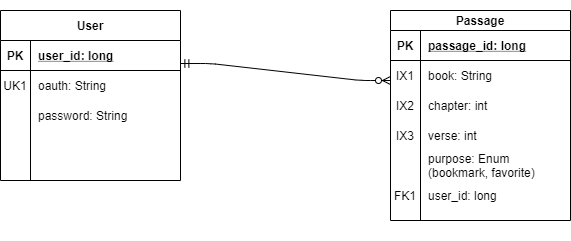
Jkelly97/what-would-jesus-do keeps this draw.io diagram as docs/img/WWJD-erd2.png. Above is the earlier version. Source tidied: cells renumbered, new cells last; positions are measured from the earlier drawing's top-left corner, leaving out a move shared by most shapes.
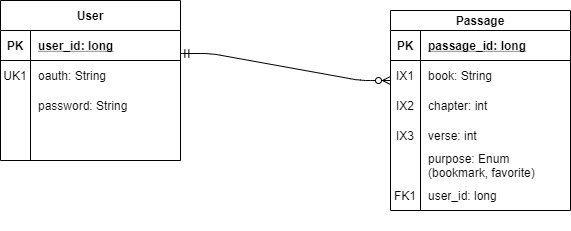
Above is the later version.

The edit, as a diff of the source:
```diff
@@ -3,14 +3,14 @@
     <mxCell id="0" />
     <mxCell id="1" parent="0" />
     <mxCell id="2" value="User" style="shape=table;startSize=30;rowLines=0;fontStyle=1;align=center;" parent="1" vertex="1">
-      <mxGeometry y="10" width="180" height="170" as="geometry" />
+      <mxGeometry y="10" width="180" height="160" as="geometry" />
     </mxCell>
     <mxCell id="3" style="shape=partialRectangle;fillColor=none;top=0;left=0;bottom=1;right=0;points=[[0,0.5],[1,0.5]];portConstraint=eastwest;" parent="2" vertex="1">
       <mxGeometry y="30" width="180" height="30" as="geometry" />
     </mxCell>
-    <mxCell id="4" value="PK" style="shape=partialRectangle;fillColor=none;top=0;left=0;bottom=0;right=0;fontStyle=1;overflow=hidden;" parent="3" vertex="1">
-      <mxGeometry width="30" height="30" as="geometry" />
-    </mxCell>
+    <mxCell id="36" value="PK" style="shape=partialRectangle;fillColor=none;top=0;left=0;bottom=0;right=0;fontStyle=1;overflow=hidden;" parent="3" vertex="1">
+      <mxGeometry width="30" height="30" as="geometry" />
+    </mxCell>
     <mxCell id="5" value="user_id: long" style="shape=partialRectangle;fillColor=none;top=0;left=0;bottom=0;right=0;align=left;spacingLeft=6;fontStyle=5;overflow=hidden;" parent="3" vertex="1">
       <mxGeometry x="30" width="150" height="30" as="geometry" />
     </mxCell>
@@ -26,36 +26,36 @@
     <mxCell id="9" style="shape=partialRectangle;fillColor=none;top=0;left=0;bottom=0;right=0;" parent="2" vertex="1">
       <mxGeometry y="90" width="180" height="30" as="geometry" />
     </mxCell>
-    <mxCell id="10" style="shape=partialRectangle;fillColor=none;top=0;left=0;bottom=0;right=0;overflow=hidden;" parent="9" vertex="1">
-      <mxGeometry width="30" height="30" as="geometry" />
-    </mxCell>
+    <mxCell id="37" style="shape=partialRectangle;fillColor=none;top=0;left=0;bottom=0;right=0;overflow=hidden;" parent="9" vertex="1">
+      <mxGeometry width="30" height="30" as="geometry" />
+    </mxCell>
     <mxCell id="11" value="password: String" style="shape=partialRectangle;fillColor=none;top=0;left=0;bottom=0;right=0;align=left;spacingLeft=6;overflow=hidden;" parent="9" vertex="1">
       <mxGeometry x="30" width="150" height="30" as="geometry" />
     </mxCell>
     <mxCell id="12" style="shape=partialRectangle;fillColor=none;top=0;left=0;bottom=0;right=0;" parent="2" vertex="1">
       <mxGeometry y="120" width="180" height="30" as="geometry" />
     </mxCell>
-    <mxCell id="13" style="shape=partialRectangle;fillColor=none;top=0;left=0;bottom=0;right=0;overflow=hidden;" parent="12" vertex="1">
-      <mxGeometry width="30" height="30" as="geometry" />
-    </mxCell>
+    <mxCell id="38" style="shape=partialRectangle;fillColor=none;top=0;left=0;bottom=0;right=0;overflow=hidden;" parent="12" vertex="1">
+      <mxGeometry width="30" height="30" as="geometry" />
+    </mxCell>
     <mxCell id="14" style="shape=partialRectangle;fillColor=none;top=0;left=0;bottom=0;right=0;align=left;spacingLeft=6;overflow=hidden;" parent="12" vertex="1">
       <mxGeometry x="30" width="150" height="30" as="geometry" />
     </mxCell>
     <mxCell id="15" style="edgeStyle=entityRelationEdgeStyle;fontSize=12;html=1;endArrow=ERzeroToMany;startArrow=ERmandOne;exitX=1.002;exitY=0.767;exitDx=0;exitDy=0;exitPerimeter=0;entryX=0;entryY=0.667;entryDx=0;entryDy=0;entryPerimeter=0;" parent="1" edge="1" source="3" target="21">
       <mxGeometry relative="1" as="geometry" />
     </mxCell>
-    <mxCell id="16" style="group;" parent="1" vertex="1">
-      <mxGeometry x="390" width="180" height="240" as="geometry" />
-    </mxCell>
+    <mxCell id="39" style="group;" parent="1" vertex="1">
+      <mxGeometry x="390" y="10" width="180" height="230" as="geometry" />
+    </mxCell>
-    <mxCell id="17" value="Passage" style="shape=table;startSize=20;rowLines=0;fontStyle=1;align=center;" parent="16" vertex="1">
-      <mxGeometry y="10" width="180" height="210" as="geometry" />
+    <mxCell id="17" value="Passage" style="shape=table;startSize=20;rowLines=0;fontStyle=1;align=center;" parent="39" vertex="1">
+      <mxGeometry y="10" width="180" height="200" as="geometry" />
     </mxCell>
     <mxCell id="18" style="shape=partialRectangle;fillColor=none;top=0;left=0;bottom=1;right=0;" parent="17" vertex="1">
       <mxGeometry y="20" width="180" height="30" as="geometry" />
     </mxCell>
-    <mxCell id="19" value="PK" style="shape=partialRectangle;fillColor=none;top=0;left=0;bottom=0;right=0;fontStyle=1;overflow=hidden;" parent="18" vertex="1">
-      <mxGeometry width="30" height="30" as="geometry" />
-    </mxCell>
+    <mxCell id="40" value="PK" style="shape=partialRectangle;fillColor=none;top=0;left=0;bottom=0;right=0;fontStyle=1;overflow=hidden;" parent="18" vertex="1">
+      <mxGeometry width="30" height="30" as="geometry" />
+    </mxCell>
     <mxCell id="20" value="passage_id: long" style="shape=partialRectangle;fillColor=none;top=0;left=0;bottom=0;right=0;align=left;spacingLeft=6;fontStyle=5;overflow=hidden;" parent="18" vertex="1">
       <mxGeometry x="30" width="150" height="30" as="geometry" />
     </mxCell>
@@ -89,9 +89,9 @@
     <mxCell id="30" style="shape=partialRectangle;fillColor=none;top=0;left=0;bottom=0;right=0;" parent="17" vertex="1">
       <mxGeometry y="140" width="180" height="30" as="geometry" />
     </mxCell>
-    <mxCell id="31" style="shape=partialRectangle;fillColor=none;top=0;left=0;bottom=0;right=0;overflow=hidden;" parent="30" vertex="1">
-      <mxGeometry width="30" height="30" as="geometry" />
-    </mxCell>
+    <mxCell id="41" style="shape=partialRectangle;fillColor=none;top=0;left=0;bottom=0;right=0;overflow=hidden;" parent="30" vertex="1">
+      <mxGeometry width="30" height="30" as="geometry" />
+    </mxCell>
     <mxCell id="32" value="purpose: Enum &#10;(bookmark, favorite)" style="shape=partialRectangle;fillColor=none;top=0;left=0;bottom=0;right=0;align=left;spacingLeft=6;overflow=hidden;" parent="30" vertex="1">
       <mxGeometry x="30" width="150" height="30" as="geometry" />
     </mxCell>
```
